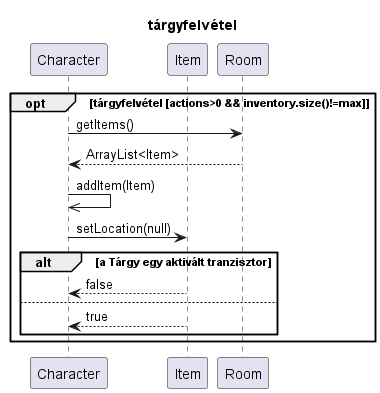
Earlier version of the PlantUML export out/diagramms/src/drop_pickup/pickup.png (kipolaris/skyrimscriptsuttogok). Its diagram source:
```plantuml
@startuml pickup

title tárgyfelvétel

participant Character as char
participant Item as t
participant Room as sz

opt tárgyfelvétel [actions>0 && inventory.size()!=max]
    char->sz : getItems()
    return ArrayList<Item>

    char->>char : addItem(Item)
    char->t : setLocation(null)

    alt a Tárgy egy aktivált tranzisztor
        t-->char : false
    else
        t-->char : true
    end
end


@enduml
```
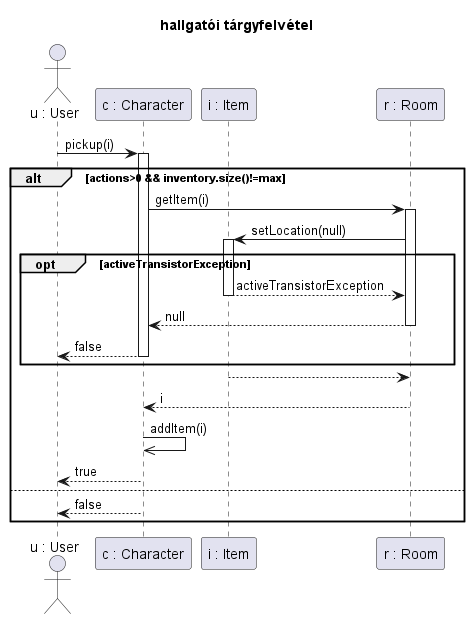
The same diagram one commit later.

Diff of the diagram source:
```diff
@@ -1,23 +1,34 @@
 @startuml pickup
 
-title tárgyfelvétel
+title hallgatói tárgyfelvétel
 
-participant Character as char
-participant Item as t
-participant Room as sz
+actor "u : User" as u
+participant "c : Character" as char
+participant "i : Item" as t
+participant "r : Room" as sz
 
-opt tárgyfelvétel [actions>0 && inventory.size()!=max]
-    char->sz : getItems()
-    return ArrayList<Item>
+u->char ++: pickup(i)
 
-    char->>char : addItem(Item)
-    char->t : setLocation(null)
+alt actions>0 && inventory.size()!=max
+    char->sz ++: getItem(i)
 
-    alt a Tárgy egy aktivált tranzisztor
-        t-->char : false
-    else
-        t-->char : true
+    sz->t ++: setLocation(null)
+
+    opt activeTransistorException
+        t-->sz --: activeTransistorException
+        sz-->char --: null
+        char-->u --: false
     end
+
+    t-->sz --:
+
+    sz-->char --: i
+
+    char->>char : addItem(i)
+
+    char-->u --: true
+else
+    char-->u --: false
 end
 
 
```
